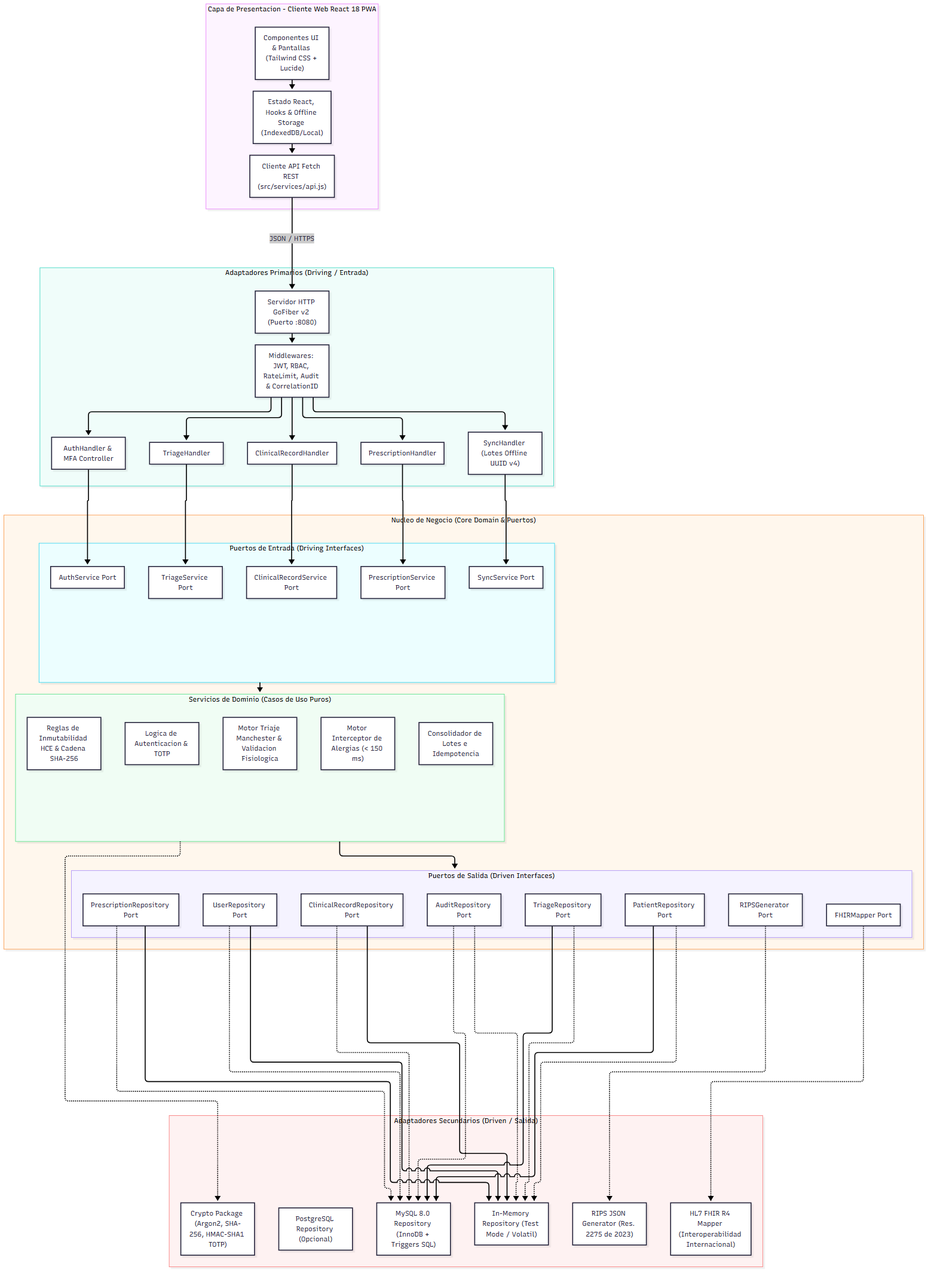
The Mermaid diagram docs/diagrams/02_arquitectura_hexagonal.png in ThiagoVelez/Proyecto_felipe, before a commit. Its source is kept beside it as docs/diagrams/02_arquitectura_hexagonal.mmd. Source of this version:
```mermaid
flowchart TD
    subgraph Frontend ["Capa de Presentacion - Cliente Web React 18 PWA"]
        UI["Componentes UI & Pantallas (Tailwind CSS + Lucide)"]
        State["Estado React, Hooks & Offline Storage (IndexedDB/Local)"]
        APIClient["Cliente API Fetch REST (src/services/api.js)"]
        UI --> State
        State --> APIClient
    end

    subgraph PrimaryAdapters ["Adaptadores Primarios (Driving / Entrada)"]
        FiberServer["Servidor HTTP GoFiber v2 (Puerto :8080)"]
        AuthHandler["AuthHandler & MFA Controller"]
        TriageHandler["TriageHandler"]
        RecordHandler["ClinicalRecordHandler"]
        PrescHandler["PrescriptionHandler"]
        SyncHandler["SyncHandler (Lotes Offline UUID v4)"]
        Middlewares["Middlewares: JWT, RBAC, RateLimit, Audit & CorrelationID"]
    end

    subgraph CoreHexagon ["Nucleo de Negocio (Core Domain & Puertos)"]
        direction TB
        subgraph InPorts ["Puertos de Entrada (Driving Interfaces)"]
            AuthServicePort["AuthService Port"]
            TriageServicePort["TriageService Port"]
            RecordServicePort["ClinicalRecordService Port"]
            PrescServicePort["PrescriptionService Port"]
            SyncServicePort["SyncService Port"]
        end

        subgraph DomainServices ["Servicios de Dominio (Casos de Uso Puros)"]
            AuthLogic["Logica de Autenticacion & TOTP"]
            ManchesterEngine["Motor Triaje Manchester & Validacion Fisiologica"]
            HCEImmutability["Reglas de Inmutabilidad HCE & Cadena SHA-256"]
            AllergyInterceptor["Motor Interceptor de Alergias (< 150 ms)"]
            SyncIdempotency["Consolidador de Lotes e Idempotencia"]
        end

        subgraph OutPorts ["Puertos de Salida (Driven Interfaces)"]
            UserRepoPort["UserRepository Port"]
            PatientRepoPort["PatientRepository Port"]
            TriageRepoPort["TriageRepository Port"]
            RecordRepoPort["ClinicalRecordRepository Port"]
            PrescRepoPort["PrescriptionRepository Port"]
            AuditRepoPort["AuditRepository Port"]
            RIPSGenPort["RIPSGenerator Port"]
            FHIRMapPort["FHIRMapper Port"]
        end
    end

    subgraph SecondaryAdapters ["Adaptadores Secundarios (Driven / Salida)"]
        direction TB
        MySQLAdapter["MySQL 8.0 Repository (InnoDB + Triggers SQL)"]
        PostgresAdapter["PostgreSQL Repository (Opcional)"]
        MemoryAdapter["In-Memory Repository (Test Mode / Volatil)"]
        RIPSJsonAdapter["RIPS JSON Generator (Res. 2275 de 2023)"]
        HL7FHIRAdapter["HL7 FHIR R4 Mapper (Interoperabilidad Internacional)"]
        CryptoAdapter["Crypto Package (Argon2, SHA-256, HMAC-SHA1 TOTP)"]
    end

    APIClient -->|JSON / HTTPS| FiberServer
    FiberServer --> Middlewares
    Middlewares --> AuthHandler & TriageHandler & RecordHandler & PrescHandler & SyncHandler

    AuthHandler --> AuthServicePort
    TriageHandler --> TriageServicePort
    RecordHandler --> RecordServicePort
    PrescHandler --> PrescServicePort
    SyncHandler --> SyncServicePort

    InPorts --> DomainServices
    DomainServices --> OutPorts

    UserRepoPort -.-> MySQLAdapter & MemoryAdapter
    PatientRepoPort -.-> MySQLAdapter & MemoryAdapter
    TriageRepoPort -.-> MySQLAdapter & MemoryAdapter
    RecordRepoPort -.-> MySQLAdapter & MemoryAdapter
    PrescRepoPort -.-> MySQLAdapter & MemoryAdapter
    AuditRepoPort -.-> MySQLAdapter & MemoryAdapter
    RIPSGenPort -.-> RIPSJsonAdapter
    FHIRMapPort -.-> HL7FHIRAdapter
    DomainServices -.-> CryptoAdapter
```
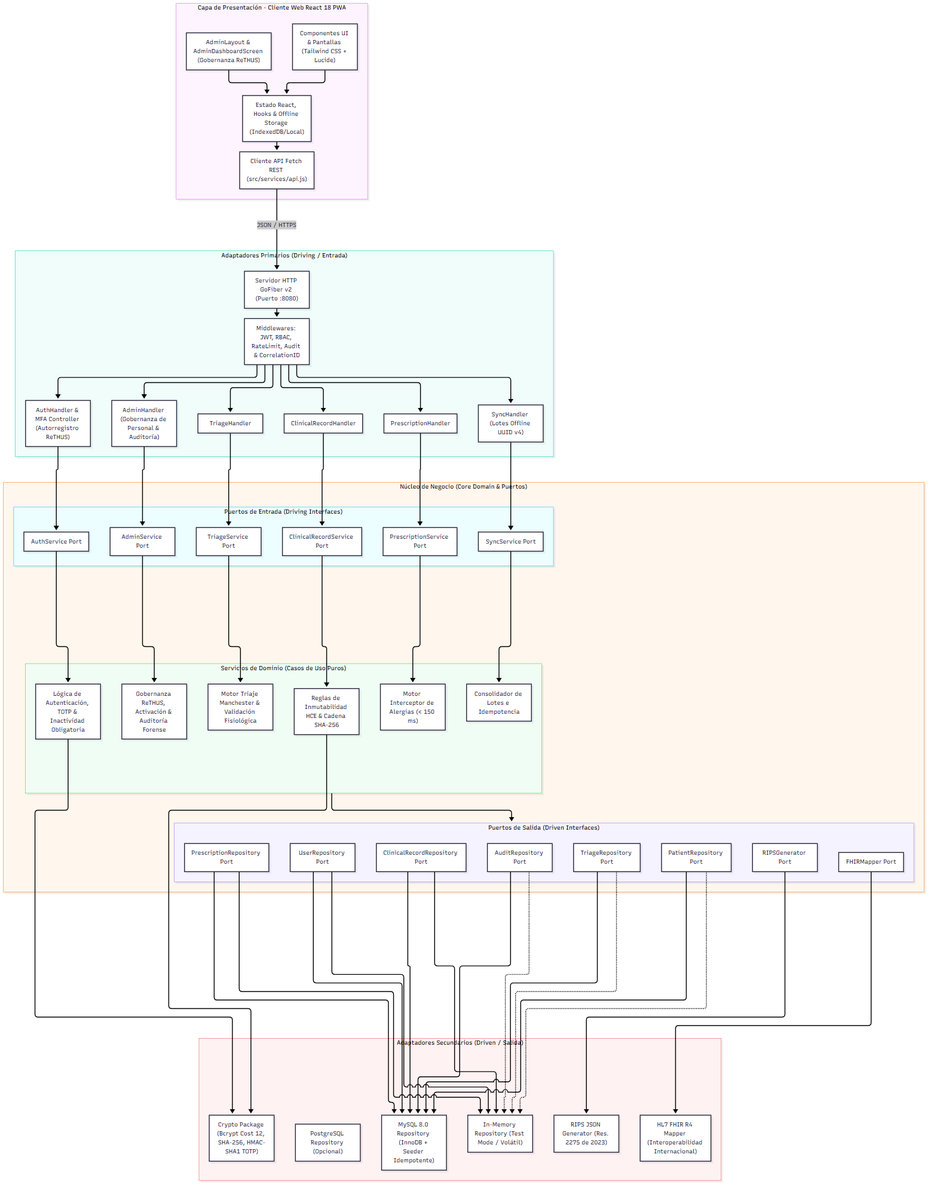
Above is the later version.

Diff of the diagram source:
```diff
@@ -1,15 +1,18 @@
 flowchart TD
-    subgraph Frontend ["Capa de Presentacion - Cliente Web React 18 PWA"]
+    subgraph Frontend ["Capa de Presentación - Cliente Web React 18 PWA"]
         UI["Componentes UI & Pantallas (Tailwind CSS + Lucide)"]
+        AdminUI["AdminLayout & AdminDashboardScreen (Gobernanza ReTHUS)"]
         State["Estado React, Hooks & Offline Storage (IndexedDB/Local)"]
         APIClient["Cliente API Fetch REST (src/services/api.js)"]
         UI --> State
+        AdminUI --> State
         State --> APIClient
     end
 
     subgraph PrimaryAdapters ["Adaptadores Primarios (Driving / Entrada)"]
         FiberServer["Servidor HTTP GoFiber v2 (Puerto :8080)"]
-        AuthHandler["AuthHandler & MFA Controller"]
+        AuthHandler["AuthHandler & MFA Controller (Autorregistro ReTHUS)"]
+        AdminHandler["AdminHandler (Gobernanza de Personal & Auditoría)"]
         TriageHandler["TriageHandler"]
         RecordHandler["ClinicalRecordHandler"]
         PrescHandler["PrescriptionHandler"]
@@ -17,10 +20,11 @@
         Middlewares["Middlewares: JWT, RBAC, RateLimit, Audit & CorrelationID"]
     end
 
-    subgraph CoreHexagon ["Nucleo de Negocio (Core Domain & Puertos)"]
+    subgraph CoreHexagon ["Núcleo de Negocio (Core Domain & Puertos)"]
         direction TB
         subgraph InPorts ["Puertos de Entrada (Driving Interfaces)"]
             AuthServicePort["AuthService Port"]
+            AdminServicePort["AdminService Port"]
             TriageServicePort["TriageService Port"]
             RecordServicePort["ClinicalRecordService Port"]
             PrescServicePort["PrescriptionService Port"]
@@ -28,8 +32,9 @@
         end
 
         subgraph DomainServices ["Servicios de Dominio (Casos de Uso Puros)"]
-            AuthLogic["Logica de Autenticacion & TOTP"]
-            ManchesterEngine["Motor Triaje Manchester & Validacion Fisiologica"]
+            AuthLogic["Lógica de Autenticación, TOTP & Inactividad Obligatoria"]
+            AdminLogic["Gobernanza ReTHUS, Activación & Auditoría Forense"]
+            ManchesterEngine["Motor Triaje Manchester & Validación Fisiológica"]
             HCEImmutability["Reglas de Inmutabilidad HCE & Cadena SHA-256"]
             AllergyInterceptor["Motor Interceptor de Alergias (< 150 ms)"]
             SyncIdempotency["Consolidador de Lotes e Idempotencia"]
@@ -49,33 +54,54 @@
 
     subgraph SecondaryAdapters ["Adaptadores Secundarios (Driven / Salida)"]
         direction TB
-        MySQLAdapter["MySQL 8.0 Repository (InnoDB + Triggers SQL)"]
+        MySQLAdapter["MySQL 8.0 Repository (InnoDB + Seeder Idempotente)"]
         PostgresAdapter["PostgreSQL Repository (Opcional)"]
-        MemoryAdapter["In-Memory Repository (Test Mode / Volatil)"]
+        MemoryAdapter["In-Memory Repository (Test Mode / Volátil)"]
         RIPSJsonAdapter["RIPS JSON Generator (Res. 2275 de 2023)"]
         HL7FHIRAdapter["HL7 FHIR R4 Mapper (Interoperabilidad Internacional)"]
-        CryptoAdapter["Crypto Package (Argon2, SHA-256, HMAC-SHA1 TOTP)"]
+        CryptoAdapter["Crypto Package (Bcrypt Cost 12, SHA-256, HMAC-SHA1 TOTP)"]
     end
 
     APIClient -->|JSON / HTTPS| FiberServer
     FiberServer --> Middlewares
-    Middlewares --> AuthHandler & TriageHandler & RecordHandler & PrescHandler & SyncHandler
+    Middlewares --> AuthHandler
+    Middlewares --> AdminHandler
+    Middlewares --> TriageHandler
+    Middlewares --> RecordHandler
+    Middlewares --> PrescHandler
+    Middlewares --> SyncHandler
 
     AuthHandler --> AuthServicePort
+    AdminHandler --> AdminServicePort
     TriageHandler --> TriageServicePort
     RecordHandler --> RecordServicePort
     PrescHandler --> PrescServicePort
     SyncHandler --> SyncServicePort
 
-    InPorts --> DomainServices
+    AuthServicePort --> AuthLogic
+    AdminServicePort --> AdminLogic
+    TriageServicePort --> ManchesterEngine
+    RecordServicePort --> HCEImmutability
+    PrescServicePort --> AllergyInterceptor
+    SyncServicePort --> SyncIdempotency
+
     DomainServices --> OutPorts
 
-    UserRepoPort -.-> MySQLAdapter & MemoryAdapter
-    PatientRepoPort -.-> MySQLAdapter & MemoryAdapter
-    TriageRepoPort -.-> MySQLAdapter & MemoryAdapter
-    RecordRepoPort -.-> MySQLAdapter & MemoryAdapter
-    PrescRepoPort -.-> MySQLAdapter & MemoryAdapter
-    AuditRepoPort -.-> MySQLAdapter & MemoryAdapter
-    RIPSGenPort -.-> RIPSJsonAdapter
-    FHIRMapPort -.-> HL7FHIRAdapter
-    DomainServices -.-> CryptoAdapter
+    UserRepoPort --> MySQLAdapter
+    PatientRepoPort --> MySQLAdapter
+    TriageRepoPort --> MySQLAdapter
+    RecordRepoPort --> MySQLAdapter
+    PrescRepoPort --> MySQLAdapter
+    AuditRepoPort --> MySQLAdapter
+
+    UserRepoPort -.-> MemoryAdapter
+    PatientRepoPort -.-> MemoryAdapter
+    TriageRepoPort -.-> MemoryAdapter
+    RecordRepoPort -.-> MemoryAdapter
+    PrescRepoPort -.-> MemoryAdapter
+    AuditRepoPort -.-> MemoryAdapter
+
+    RIPSGenPort --> RIPSJsonAdapter
+    FHIRMapPort --> HL7FHIRAdapter
+    AuthLogic --> CryptoAdapter
+    HCEImmutability --> CryptoAdapter
```
